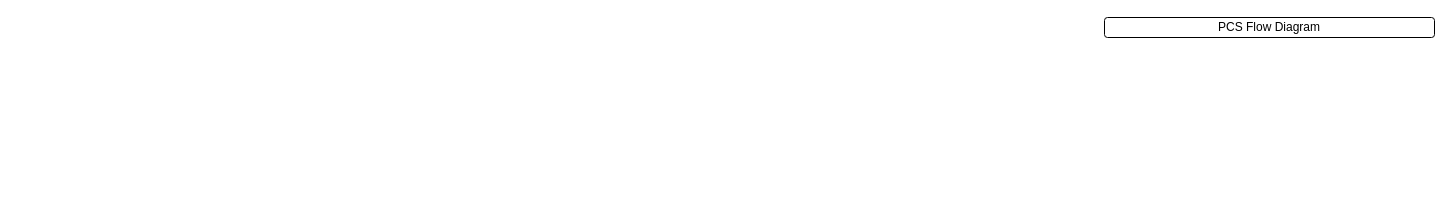
madhub1177/Todo keeps this draw.io diagram as PCS Flow Daigram.drawio. Above is the earlier version. Source tidied: cells renumbered, new cells numbered last; positions are measured from the earlier drawing's top-left corner, leaving out a move shared by most shapes. Both pictures are drawn from the tidied source at 100%, with x=0, y=0 at pixel (1104, 17).
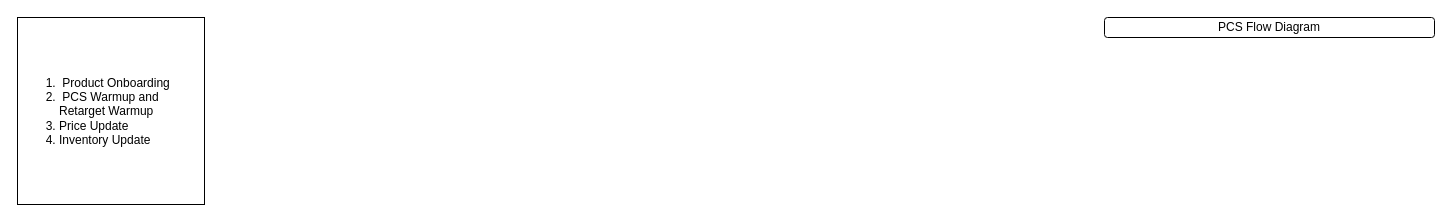
The same page after the edit.

Diff of the diagram source:
```diff
@@
 <mxGraphModel>
   <root>
     <mxCell id="0" />
     <mxCell id="1" parent="0" />
     <mxCell id="2" value="PCS Flow Diagram" style="rounded=1;whiteSpace=wrap;html=1;" parent="1" vertex="1">
       <mxGeometry width="330" height="20" as="geometry" />
     </mxCell>
+    <mxCell id="3" value="&lt;ol&gt;&lt;li&gt;&amp;nbsp;Product Onboarding&lt;/li&gt;&lt;li&gt;&amp;nbsp;PCS Warmup and Retarget Warmup&lt;/li&gt;&lt;li&gt;Price Update&lt;/li&gt;&lt;li&gt;Inventory Update&lt;/li&gt;&lt;/ol&gt;" style="whiteSpace=wrap;html=1;align=left;" parent="1" vertex="1">
+      <mxGeometry x="-1087" width="187" height="187" as="geometry" />
+    </mxCell>
   </root>
 </mxGraphModel>
```
